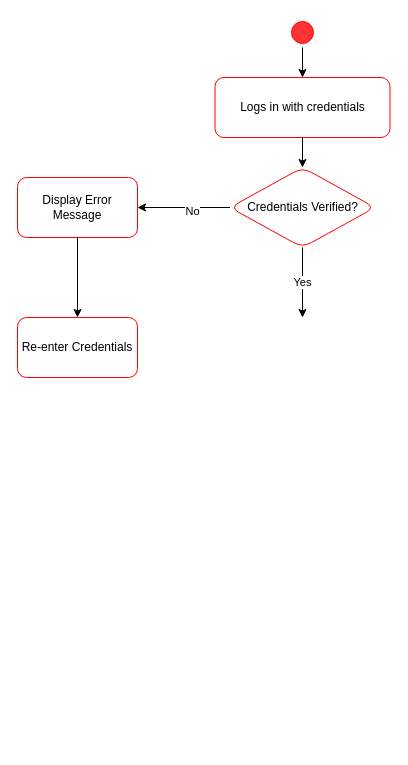
Before: DIAGRAMS/Re-assign Student Activity Diagram.drawio in 551462-Design-Develop-Deploy-24-25/001-port-individual-software-project-portfolio-MMukhtar1885, a draw.io diagram. Source tidied: cells renumbered, new cells numbered last; positions are measured from the earlier drawing's top-left corner, leaving out a move shared by most shapes. Both pictures are drawn from the tidied source at 100%, with x=0, y=0 at pixel (17, 17).
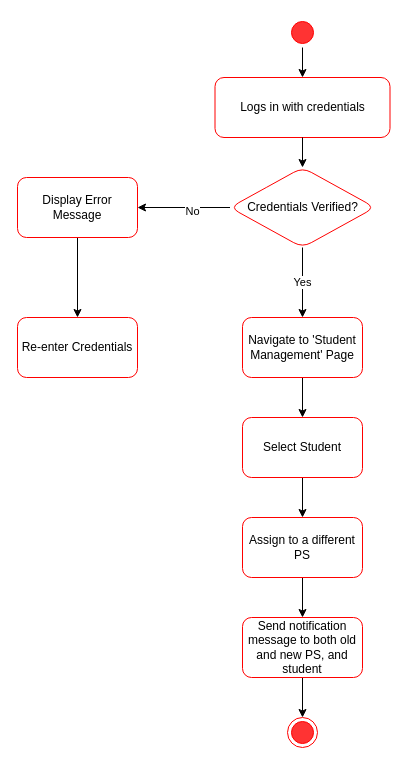
Above is the later version.

The change refers to these unchanged cells:
```xml
<mxCell id="7" value="Credentials Verified?" style="rhombus;whiteSpace=wrap;html=1;fillColor=#FFFFFF;strokeColor=#ff0000;rounded=1;" parent="1" vertex="1">
  <mxGeometry x="212.5" y="150" width="145" height="80" as="geometry" />
</mxCell>
```

Change to the diagram source:
```diff
@@
-    <mxCell id="6" value="Yes" style="edgeStyle=orthogonalEdgeStyle;rounded=0;jettySize=auto;html=1;entryX=0.5;entryY=0;entryDx=0;entryDy=0;" parent="1" edge="1" source="7">
-      <mxGeometry relative="1" as="geometry">
-        <mxPoint x="285" y="300" as="targetPoint" />
-      </mxGeometry>
+    <mxCell id="6" value="Yes" style="edgeStyle=orthogonalEdgeStyle;rounded=0;jettySize=auto;html=1;entryX=0.5;entryY=0;entryDx=0;entryDy=0;" parent="1" edge="1" source="7" target="14">
+      <mxGeometry relative="1" as="geometry" />
     </mxCell>
@@
+    <mxCell id="13" style="edgeStyle=orthogonalEdgeStyle;rounded=0;jettySize=auto;html=1;" parent="1" edge="1" source="14" target="16">
+      <mxGeometry relative="1" as="geometry" />
+    </mxCell>
+    <mxCell id="14" value="Navigate to 'Student Management' Page" style="whiteSpace=wrap;html=1;fillColor=#FFFFFF;strokeColor=#ff0000;rounded=1;" parent="1" vertex="1">
+      <mxGeometry x="225" y="300" width="120" height="60" as="geometry" />
+    </mxCell>
+    <mxCell id="15" style="edgeStyle=orthogonalEdgeStyle;rounded=0;jettySize=auto;html=1;" parent="1" edge="1" source="16" target="18">
+      <mxGeometry relative="1" as="geometry" />
+    </mxCell>
+    <mxCell id="16" value="Select Student" style="whiteSpace=wrap;html=1;fillColor=#FFFFFF;strokeColor=#ff0000;rounded=1;" parent="1" vertex="1">
+      <mxGeometry x="225" y="400" width="120" height="60" as="geometry" />
+    </mxCell>
+    <mxCell id="17" style="edgeStyle=orthogonalEdgeStyle;rounded=0;jettySize=auto;html=1;" parent="1" edge="1" source="18" target="20">
+      <mxGeometry relative="1" as="geometry" />
+    </mxCell>
+    <mxCell id="18" value="Assign to a different PS" style="whiteSpace=wrap;html=1;fillColor=#FFFFFF;strokeColor=#ff0000;rounded=1;" parent="1" vertex="1">
+      <mxGeometry x="225" y="500" width="120" height="60" as="geometry" />
+    </mxCell>
+    <mxCell id="19" style="edgeStyle=orthogonalEdgeStyle;rounded=0;jettySize=auto;html=1;" parent="1" edge="1" source="20" target="21">
+      <mxGeometry relative="1" as="geometry" />
+    </mxCell>
+    <mxCell id="20" value="Send notification message to both old and new PS, and student" style="whiteSpace=wrap;html=1;fillColor=#FFFFFF;strokeColor=#ff0000;rounded=1;" parent="1" vertex="1">
+      <mxGeometry x="225" y="600" width="120" height="60" as="geometry" />
+    </mxCell>
+    <mxCell id="21" style="ellipse;html=1;shape=endState;fillColor=#FF3333;strokeColor=#ff0000;" parent="1" vertex="1">
+      <mxGeometry x="270" y="700" width="30" height="30" as="geometry" />
+    </mxCell>
```
